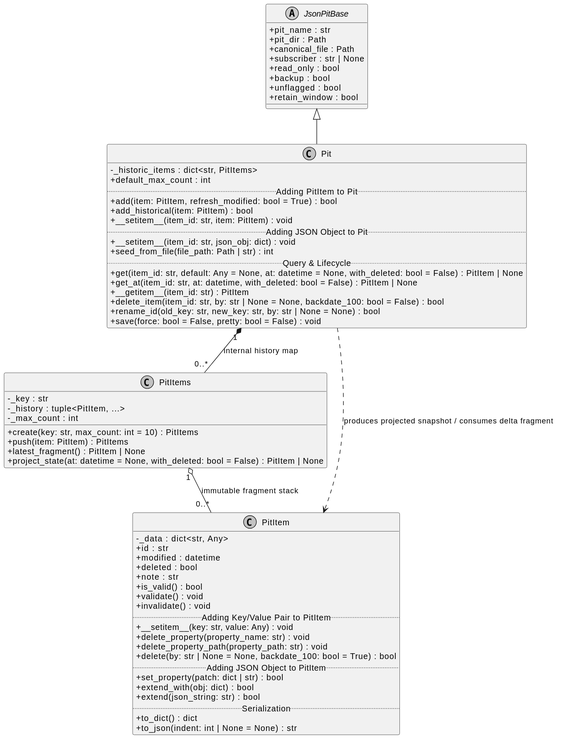
Above: doc/uml/jsonpitCD.svg in Burkhardt/jsonpit-python (PlantUML), before the change. The source it was exported from:
```plantuml
@startuml
skinparam classAttributeIconSize 0
skinparam monochrome true
skinparam shadowing false

abstract class JsonPitBase {
  + pit_name : str
  + pit_dir : Path
  + canonical_file : Path
  + subscriber : str | None
  + read_only : bool
  + backup : bool
  + unflagged : bool
  + retain_window : bool
}

class Pit {
  - _historic_items : dict<str, PitItems>
  + default_max_count : int
  .. Adding PitItem to Pit ..
  + add(item: PitItem, refresh_modified: bool = True) : bool
  + add_historical(item: PitItem) : bool
  + __setitem__(item_id: str, item: PitItem) : void
  .. Adding JSON Object to Pit ..
  + __setitem__(item_id: str, json_obj: dict) : void
  + seed_from_file(file_path: Path | str) : int
  .. Query & Lifecycle ..
  + get(item_id: str, default: Any = None, at: datetime = None, with_deleted: bool = False) : PitItem | None
  + get_at(item_id: str, at: datetime, with_deleted: bool = False) : PitItem | None
  + __getitem__(item_id: str) : PitItem
  + delete_item(item_id: str, by: str | None = None, backdate_100: bool = False) : bool
  + rename_id(old_key: str, new_key: str, by: str | None = None) : bool
  + save(force: bool = False, pretty: bool = False) : void
}

class PitItems {
  - _key : str
  - _history : tuple<PitItem, ...>
  - _max_count : int
  + create(key: str, max_count: int = 10) : PitItems
  + push(item: PitItem) : PitItems
  + latest_fragment() : PitItem | None
  + project_state(at: datetime = None, with_deleted: bool = False) : PitItem | None
}

class PitItem {
  - _data : dict<str, Any>
  + id : str
  + modified : datetime
  + deleted : bool
  + note : str
  + is_valid() : bool
  + validate() : void
  + invalidate() : void
  .. Adding Key/Value Pair to PitItem ..
  + __setitem__(key: str, value: Any) : void
  + delete_property(property_name: str) : void
  + delete_property_path(property_path: str) : void
  + delete(by: str | None = None, backdate_100: bool = True) : bool
  .. Adding JSON Object to PitItem ..
  + set_property(patch: dict | str) : bool
  + extend_with(obj: dict) : bool
  + extend(json_string: str) : bool
  .. Serialization ..
  + to_dict() : dict
  + to_json(indent: int | None = None) : str
}

JsonPitBase <|-- Pit
Pit "1" *-- "0..*" PitItems : internal history map
PitItems "1" o-- "0..*" PitItem : immutable fragment stack
Pit ..> PitItem : produces projected snapshot / consumes delta fragment
@enduml
```
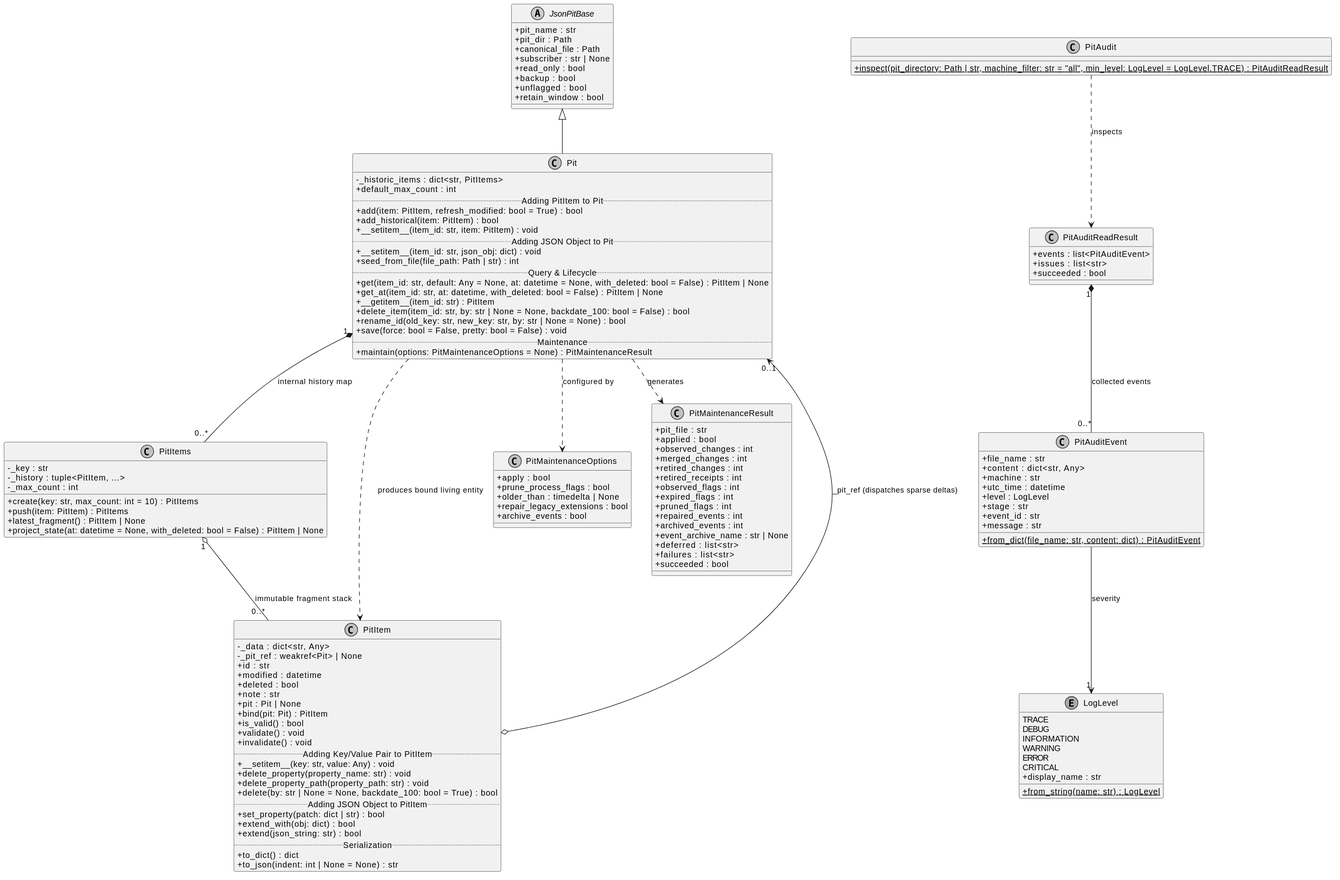
After the change.

Commit message:
feat(audit): implement jpit audit with 100% C# parity and update UML architecture

The edit, as a diff of the source:
```diff
@@ -31,6 +31,8 @@
   + delete_item(item_id: str, by: str | None = None, backdate_100: bool = False) : bool
   + rename_id(old_key: str, new_key: str, by: str | None = None) : bool
   + save(force: bool = False, pretty: bool = False) : void
+  .. Maintenance ..
+  + maintain(options: PitMaintenanceOptions = None) : PitMaintenanceResult
 }
 
 class PitItems {
@@ -45,10 +47,13 @@
 
 class PitItem {
   - _data : dict<str, Any>
+  - _pit_ref : weakref<Pit> | None
   + id : str
   + modified : datetime
   + deleted : bool
   + note : str
+  + pit : Pit | None
+  + bind(pit: Pit) : PitItem
   + is_valid() : bool
   + validate() : void
   + invalidate() : void
@@ -66,8 +71,75 @@
   + to_json(indent: int | None = None) : str
 }
 
+class PitMaintenanceOptions {
+  + apply : bool
+  + prune_process_flags : bool
+  + older_than : timedelta | None
+  + repair_legacy_extensions : bool
+  + archive_events : bool
+}
+
+class PitMaintenanceResult {
+  + pit_file : str
+  + applied : bool
+  + observed_changes : int
+  + merged_changes : int
+  + retired_changes : int
+  + retired_receipts : int
+  + observed_flags : int
+  + expired_flags : int
+  + pruned_flags : int
+  + repaired_events : int
+  + archived_events : int
+  + event_archive_name : str | None
+  + deferred : list<str>
+  + failures : list<str>
+  + succeeded : bool
+}
+
+class PitAudit {
+  + {static} inspect(pit_directory: Path | str, machine_filter: str = "all", min_level: LogLevel = LogLevel.TRACE) : PitAuditReadResult
+}
+
+class PitAuditReadResult {
+  + events : list<PitAuditEvent>
+  + issues : list<str>
+  + succeeded : bool
+}
+
+class PitAuditEvent {
+  + file_name : str
+  + content : dict<str, Any>
+  + machine : str
+  + utc_time : datetime
+  + level : LogLevel
+  + stage : str
+  + event_id : str
+  + message : str
+  + {static} from_dict(file_name: str, content: dict) : PitAuditEvent
+}
+
+enum LogLevel {
+  TRACE
+  DEBUG
+  INFORMATION
+  WARNING
+  ERROR
+  CRITICAL
+  + {static} from_string(name: str) : LogLevel
+  + display_name : str
+}
+
 JsonPitBase <|-- Pit
 Pit "1" *-- "0..*" PitItems : internal history map
 PitItems "1" o-- "0..*" PitItem : immutable fragment stack
-Pit ..> PitItem : produces projected snapshot / consumes delta fragment
+Pit ..> PitItem : produces bound living entity
+PitItem o--> "0..1" Pit : _pit_ref (dispatches sparse deltas)
+
+Pit ..> PitMaintenanceOptions : configured by
+Pit ..> PitMaintenanceResult : generates
+
+PitAudit ..> PitAuditReadResult : inspects
+PitAuditReadResult "1" *-- "0..*" PitAuditEvent : collected events
+PitAuditEvent --> "1" LogLevel : severity
 @enduml
```
